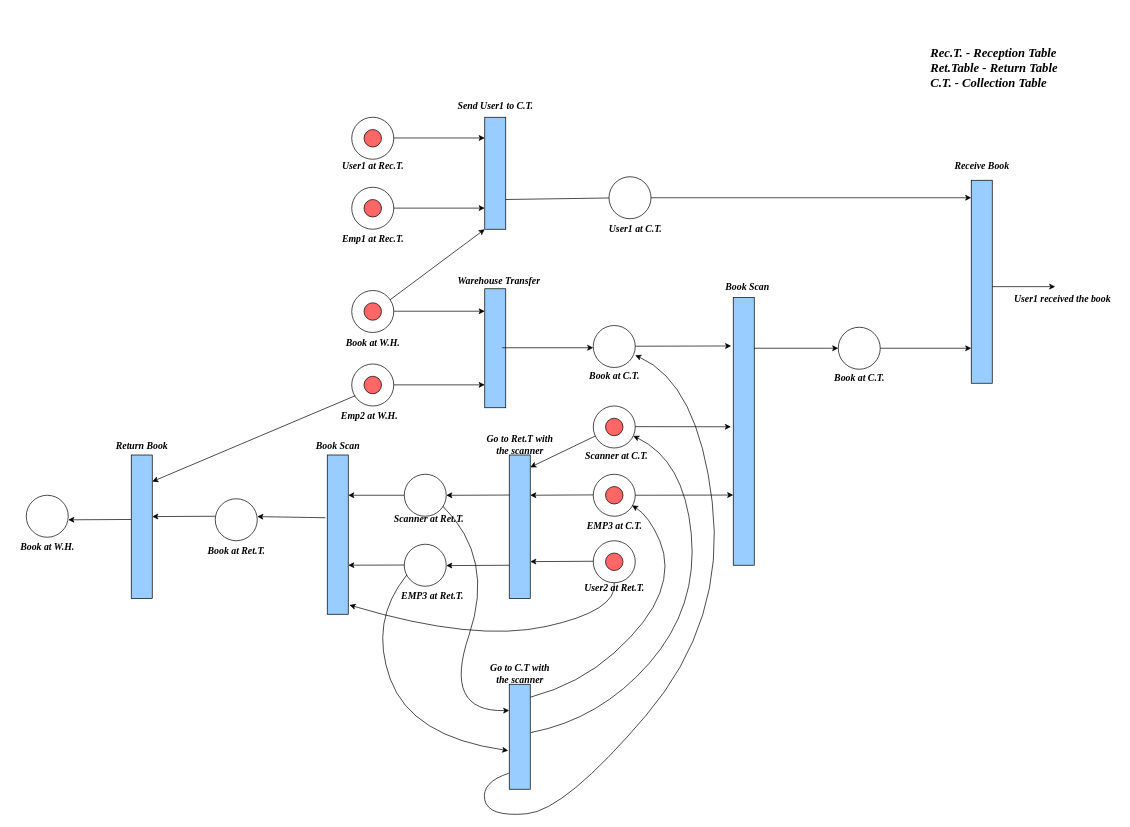
Above: embedded.drawio in Sachini007/Neural-Network-Architecture-Diagrams (draw.io), before the change. Source tidied: cells renumbered, new cells numbered last; positions are measured from the earlier drawing's top-left corner, leaving out a move shared by most shapes. Both pictures are drawn from the tidied source at 70%, with x=0, y=0 at pixel (12, 40).
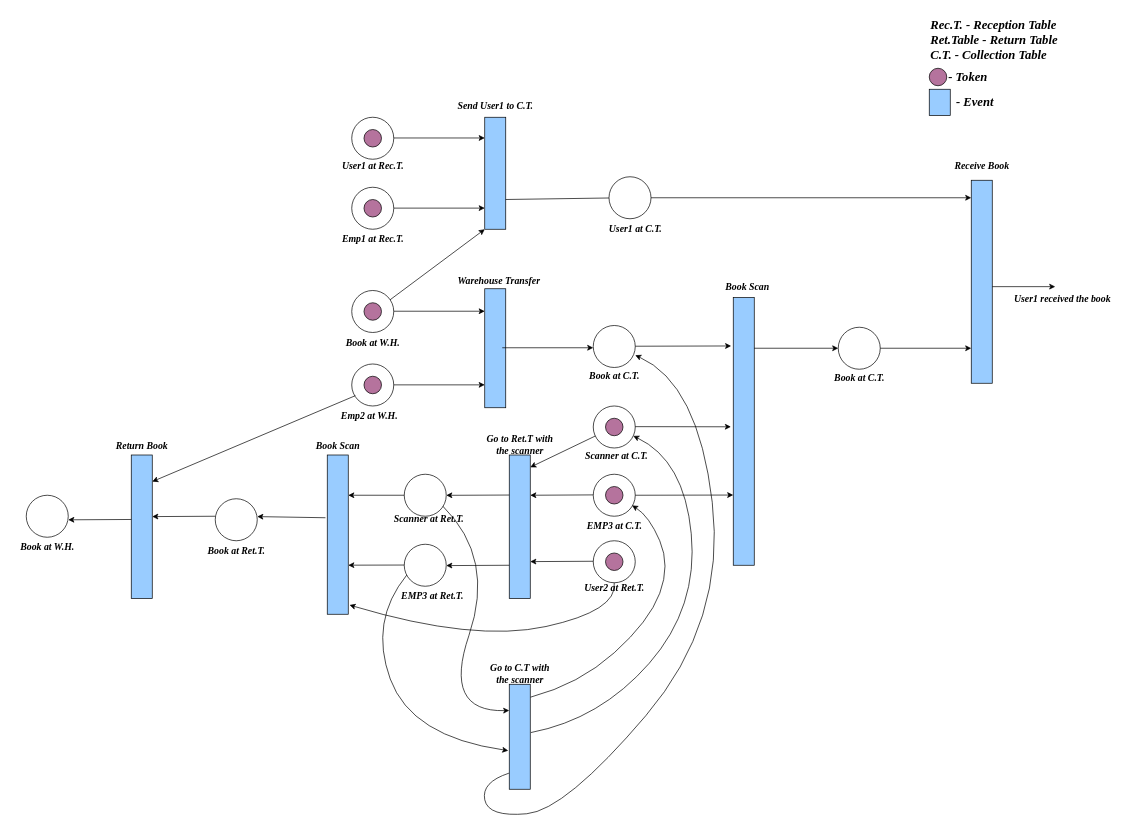
The same diagram, later.

The edit, as a diff of the source:
```diff
@@
-    <mxCell id="9" style="ellipse;whiteSpace=wrap;html=1;fillColor=#FF6666;" parent="1" vertex="1">
+    <mxCell id="9" style="ellipse;whiteSpace=wrap;html=1;fillColor=#B5739D;" parent="1" vertex="1">
       <mxGeometry x="502.5" y="375" width="25" height="25" as="geometry" />
     </mxCell>
@@
-    <mxCell id="11" style="ellipse;whiteSpace=wrap;html=1;fillColor=#FF6666;" parent="1" vertex="1">
+    <mxCell id="11" style="ellipse;whiteSpace=wrap;html=1;fillColor=#B5739D;" parent="1" vertex="1">
       <mxGeometry x="502.5" y="480" width="25" height="25" as="geometry" />
     </mxCell>
@@
-    <mxCell id="13" style="ellipse;whiteSpace=wrap;html=1;fillColor=#FF6666;" parent="1" vertex="1">
+    <mxCell id="13" style="ellipse;whiteSpace=wrap;html=1;fillColor=#B5739D;" parent="1" vertex="1">
       <mxGeometry x="502.5" y="227.5" width="25" height="25" as="geometry" />
     </mxCell>
@@
-    <mxCell id="15" style="ellipse;whiteSpace=wrap;html=1;fillColor=#FF6666;" parent="1" vertex="1">
+    <mxCell id="15" style="ellipse;whiteSpace=wrap;html=1;fillColor=#B5739D;" parent="1" vertex="1">
       <mxGeometry x="502.5" y="127.5" width="25" height="25" as="geometry" />
     </mxCell>
@@
-    <mxCell id="29" style="ellipse;whiteSpace=wrap;html=1;fillColor=#FF6666;" parent="1" vertex="1">
+    <mxCell id="29" style="ellipse;whiteSpace=wrap;html=1;fillColor=#B5739D;" parent="1" vertex="1">
       <mxGeometry x="847.5" y="540" width="25" height="25" as="geometry" />
     </mxCell>
-    <mxCell id="30" style="ellipse;whiteSpace=wrap;html=1;fillColor=#FF6666;" parent="1" vertex="1">
+    <mxCell id="30" style="ellipse;whiteSpace=wrap;html=1;fillColor=#B5739D;" parent="1" vertex="1">
       <mxGeometry x="847.5" y="637.5" width="25" height="25" as="geometry" />
     </mxCell>
@@
-    <mxCell id="35" style="ellipse;whiteSpace=wrap;html=1;fillColor=#FF6666;" parent="1" vertex="1">
+    <mxCell id="35" style="ellipse;whiteSpace=wrap;html=1;fillColor=#B5739D;" parent="1" vertex="1">
       <mxGeometry x="847.5" y="732.5" width="25" height="25" as="geometry" />
     </mxCell>
@@
     <mxCell id="85" value="&lt;font style=&quot;font-size: 18px;&quot;&gt;Rec.T. - Reception Table&lt;br&gt;Ret.Table - Return Table&lt;br&gt;C.T. - Collection Table&lt;/font&gt;" style="text;html=1;align=left;verticalAlign=middle;strokeColor=none;fillColor=none;fontFamily=Times New Roman;fontSize=14;fontStyle=3;" parent="1" vertex="1">
-      <mxGeometry x="1310" width="210" height="80" as="geometry" />
+      <mxGeometry x="1310" y="-40" width="210" height="80" as="geometry" />
     </mxCell>
+    <mxCell id="86" style="ellipse;whiteSpace=wrap;html=1;fillColor=#B5739D;" parent="1" vertex="1">
+      <mxGeometry x="1310" y="40" width="25" height="25" as="geometry" />
+    </mxCell>
+    <mxCell id="87" value="&lt;i&gt;&lt;b&gt;- Token&lt;/b&gt;&lt;/i&gt;" style="text;html=1;align=center;verticalAlign=middle;strokeColor=none;fillColor=none;fontSize=18;fontFamily=Times New Roman;" parent="1" vertex="1">
+      <mxGeometry x="1325" y="32.5" width="80" height="40" as="geometry" />
+    </mxCell>
+    <mxCell id="88" style="rounded=0;whiteSpace=wrap;html=1;fillColor=#99CCFF;fillStyle=solid;" parent="1" vertex="1">
+      <mxGeometry x="1310" y="70" width="30" height="37.5" as="geometry" />
+    </mxCell>
+    <mxCell id="89" value="&lt;i&gt;&lt;b&gt;- Event&lt;/b&gt;&lt;/i&gt;" style="text;html=1;align=center;verticalAlign=middle;strokeColor=none;fillColor=none;fontSize=18;fontFamily=Times New Roman;" parent="1" vertex="1">
+      <mxGeometry x="1335" y="68.8" width="80" height="40" as="geometry" />
+    </mxCell>
```
